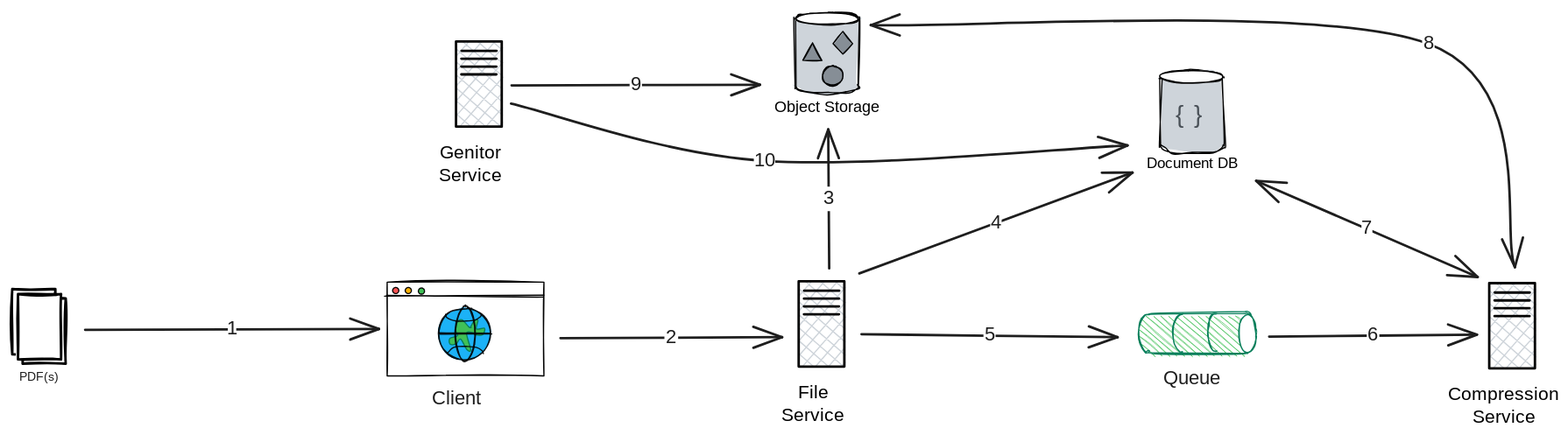
The Excalidraw diagram docs/hld.excalidraw.svg in sandeep-shome/pdf-compressor-microservice, before a commit. Source tidied: one line per element, renumbered; positions are measured from the earlier drawing's top-left corner, leaving out a move shared by most shapes. Its diagram source:
```json
{"id": 0, "type": "rectangle", "strokeColor": "#000000", "strokeWidth": 1, "roughness": 1, "x": 306, "y": 220, "width": 128, "height": 77}
{"id": 1, "type": "line", "strokeColor": "#000000", "strokeWidth": 1, "roughness": 1, "round": true, "x": 305, "y": 231, "width": 129, "height": 0, "points": [[0, 0], [129, 0]]}
{"id": 2, "type": "ellipse", "strokeColor": "#000000", "backgroundColor": "#fa5252", "fillStyle": "solid", "strokeWidth": 1, "roughness": 0, "x": 310, "y": 225, "width": 5, "height": 5}
{"id": 3, "type": "ellipse", "strokeColor": "#000000", "backgroundColor": "#fab005", "fillStyle": "solid", "strokeWidth": 1, "roughness": 0, "x": 321, "y": 225, "width": 5, "height": 5}
{"id": 4, "type": "ellipse", "strokeColor": "#000000", "backgroundColor": "#40c057", "fillStyle": "solid", "strokeWidth": 1, "roughness": 0, "x": 331, "y": 225, "width": 5, "height": 5}
{"id": 5, "type": "ellipse", "strokeColor": "#000000", "backgroundColor": "#04aaf7", "fillStyle": "solid", "strokeWidth": 1, "roughness": 1, "opacity": 90, "x": 347, "y": 241, "width": 43, "height": 43}
{"id": 6, "type": "line", "strokeColor": "#087f5b", "backgroundColor": "#40c057", "fillStyle": "solid", "strokeWidth": 1, "roughness": 0, "round": true, "x": 374, "y": 257, "width": 28, "height": 24, "points": [[0, 0], [-2, 0], [-8, -6], [-11, -4], [-13, 2], [-11, 7], [-17, 9], [-17, 14], [-12, 13], [-9, 9], [-4, 18], [0, 18], [-4, 5], [1, 4], [3, 6], [9, 6], [11, 1], [4, 1], [5, -6], [2, -5], [0, -1], [0, 0]]}
{"id": 7, "type": "line", "strokeColor": "#000000", "backgroundColor": "#99bcff", "fillStyle": "solid", "strokeWidth": 1, "roughness": 1, "opacity": 90, "round": true, "x": 348, "y": 262, "width": 42, "height": 0, "points": [[0, 0], [42, 0]]}
{"id": 8, "type": "line", "strokeColor": "#000000", "backgroundColor": "#99bcff", "fillStyle": "solid", "strokeWidth": 1, "roughness": 0, "opacity": 90, "round": true, "x": 353, "y": 247, "width": 29, "height": 6, "points": [[0, 0], [1, 2], [4, 4], [9, 5], [15, 5], [24, 5], [28, 2], [29, 0]]}
{"id": 9, "type": "ellipse", "strokeColor": "#000000", "strokeWidth": 1, "roughness": 1, "opacity": 90, "x": 361, "y": 240, "width": 16, "height": 45}
{"id": 10, "type": "line", "strokeColor": "#000000", "backgroundColor": "#99bcff", "fillStyle": "solid", "strokeWidth": 1, "roughness": 0, "opacity": 90, "round": true, "x": 355, "y": 279, "width": 29, "height": 6, "points": [[0, 0], [4, -4], [9, -6], [15, -6], [24, -5], [28, -2], [29, 0]]}
{"id": 11, "type": "text", "text": "Client ", "strokeColor": "#1e1e1e", "strokeWidth": 2, "roughness": 1, "fontSize": 16, "fontFamily": 5, "x": 342, "y": 306, "width": 50, "height": 20}
{"id": 12, "type": "rectangle", "strokeColor": "#000000", "backgroundColor": "#fff", "fillStyle": "solid", "strokeWidth": 2, "roughness": 1, "x": 8, "y": 234, "width": 35, "height": 53}
{"id": 13, "type": "rectangle", "strokeColor": "#000000", "backgroundColor": "#fff", "fillStyle": "solid", "strokeWidth": 2, "roughness": 1, "x": 0, "y": 226, "width": 35, "height": 53}
{"id": 14, "type": "line", "strokeColor": "#000000", "backgroundColor": "#fff", "fillStyle": "solid", "strokeWidth": 1, "roughness": 1, "round": true, "x": 6, "y": 250, "width": 23, "height": 2, "points": [[0, 0], [20, 0], [23, -2]]}
{"id": 15, "type": "line", "strokeColor": "#000000", "backgroundColor": "#fff", "fillStyle": "solid", "strokeWidth": 1, "roughness": 1, "round": true, "x": 7, "y": 235, "width": 23, "height": 1, "points": [[0, 0], [8, -1], [23, 0]]}
{"id": 16, "type": "line", "strokeColor": "#000000", "backgroundColor": "#fff", "fillStyle": "solid", "strokeWidth": 1, "roughness": 1, "round": true, "x": 7, "y": 268, "width": 24, "height": 2, "points": [[0, 0], [13, 0], [19, 1], [24, -1]]}
{"id": 17, "type": "line", "strokeColor": "#000000", "backgroundColor": "#fff", "fillStyle": "solid", "strokeWidth": 1, "roughness": 1, "round": true, "x": 5, "y": 274, "width": 27, "height": 1, "points": [[0, 0], [5, -1], [8, 0], [23, 0], [27, -1]]}
{"id": 18, "type": "line", "strokeColor": "#000000", "backgroundColor": "#fff", "fillStyle": "solid", "strokeWidth": 1, "roughness": 1, "round": true, "x": 5, "y": 242, "width": 23, "height": 1, "points": [[0, 0], [9, 0], [23, 1]]}
{"id": 19, "type": "line", "strokeColor": "#000000", "backgroundColor": "#fff", "fillStyle": "solid", "strokeWidth": 1, "roughness": 1, "round": true, "x": 5, "y": 259, "width": 23, "height": 1, "points": [[0, 0], [4, 1], [9, 0], [23, 1]]}
{"id": 20, "type": "rectangle", "strokeColor": "#000000", "backgroundColor": "#fff", "fillStyle": "solid", "strokeWidth": 2, "roughness": 1, "x": 5, "y": 230, "width": 35, "height": 53}
{"id": 21, "type": "text", "text": "PDF(s)", "strokeColor": "#1e1e1e", "strokeWidth": 2, "roughness": 1, "fontSize": 9.95, "fontFamily": 5, "x": 6, "y": 292, "width": 35, "height": 12}
{"id": 22, "type": "arrow", "strokeColor": "#1e1e1e", "strokeWidth": 2, "roughness": 0, "endArrowhead": "arrow", "round": true, "from": 12, "to": 0, "x": 59, "y": 259, "width": 240, "height": 1, "points": [[0, 0], [240, -1]]}
{"id": 23, "type": "text", "text": "1", "strokeColor": "#1e1e1e", "strokeWidth": 2, "roughness": 1, "fontSize": 16, "fontFamily": 5, "textAlign": "center", "verticalAlign": "middle", "inside": 22, "x": 176, "y": 249, "width": 7, "height": 20}
{"id": 24, "type": "arrow", "strokeColor": "#1e1e1e", "strokeWidth": 2, "roughness": 0, "endArrowhead": "arrow", "round": true, "from": 0, "x": 447, "y": 266, "width": 181, "height": 1, "points": [[0, 0], [181, -1]]}
{"id": 25, "type": "text", "text": "2", "strokeColor": "#1e1e1e", "strokeWidth": 2, "roughness": 1, "fontSize": 16, "fontFamily": 5, "textAlign": "center", "verticalAlign": "middle", "inside": 24, "x": 532, "y": 256, "width": 11, "height": 20}
{"id": 26, "type": "line", "strokeColor": "#000000", "backgroundColor": "#ced4da", "fillStyle": "solid", "strokeWidth": 1, "roughness": 1, "round": true, "x": 639, "y": 5, "width": 52, "height": 67, "points": [[0, 0], [0, 50], [0, 56], [3, 59], [12, 61], [27, 61], [42, 60], [50, 58], [51, 56], [52, 51], [51, 4], [51, 0], [48, -3], [41, -4], [25, -5], [12, -5], [2, -2], [0, 0], [0, 0]]}
{"id": 27, "type": "ellipse", "strokeColor": "#000000", "backgroundColor": "#fff", "fillStyle": "solid", "strokeWidth": 1, "roughness": 1, "x": 639, "y": 0, "width": 51, "height": 10}
{"id": 28, "type": "diamond", "strokeColor": "#000000", "backgroundColor": "#868e96", "fillStyle": "solid", "strokeWidth": 1, "roughness": 1, "x": 669, "y": 16, "width": 16, "height": 19}
{"id": 29, "type": "ellipse", "strokeColor": "#000000", "backgroundColor": "#868e96", "fillStyle": "solid", "strokeWidth": 1, "roughness": 1, "x": 661, "y": 44, "width": 17, "height": 16}
{"id": 30, "type": "line", "strokeColor": "#000000", "backgroundColor": "#868e96", "fillStyle": "solid", "strokeWidth": 1, "roughness": 1, "x": 653, "y": 25, "width": 15, "height": 14, "points": [[0, 0], [8, 14], [-8, 14], [0, 0]]}
{"id": 31, "type": "text", "text": "Object Storage", "strokeColor": "#000000", "strokeWidth": 1, "roughness": 1, "fontSize": 12.62, "fontFamily": 1, "textAlign": "center", "x": 617, "y": 70, "width": 95, "height": 17}
{"id": 32, "type": "arrow", "strokeColor": "#1e1e1e", "strokeWidth": 2, "roughness": 0, "endArrowhead": "arrow", "round": true, "from": 58, "to": 31, "x": 666, "y": 209, "width": 1, "height": 113, "points": [[0, 0], [-1, -113]]}
{"id": 33, "type": "text", "text": "3", "strokeColor": "#1e1e1e", "strokeWidth": 2, "roughness": 1, "fontSize": 16, "fontFamily": 5, "textAlign": "center", "verticalAlign": "middle", "inside": 32, "x": 661, "y": 142, "width": 10, "height": 20}
{"id": 34, "type": "arrow", "strokeColor": "#1e1e1e", "strokeWidth": 2, "roughness": 0, "endArrowhead": "arrow", "round": true, "from": 58, "x": 693, "y": 263, "width": 209, "height": 2, "points": [[0, 0], [209, 2]]}
{"id": 35, "type": "text", "text": "5", "strokeColor": "#1e1e1e", "strokeWidth": 2, "roughness": 1, "fontSize": 16, "fontFamily": 5, "textAlign": "center", "verticalAlign": "middle", "inside": 34, "x": 792, "y": 254, "width": 10, "height": 20}
{"id": 36, "type": "line", "strokeColor": "#087f5b", "angle": 1.57, "backgroundColor": "#40c057", "fillStyle": "hachure", "strokeWidth": 1, "roughness": 1, "round": true, "x": 951, "y": 222, "width": 32, "height": 94, "points": [[0, 0], [0, 71], [0, 80], [2, 83], [7, 86], [17, 87], [26, 85], [31, 82], [32, 79], [32, 72], [32, 6], [32, 0], [30, -4], [25, -6], [15, -8], [8, -7], [1, -3], [0, 0], [0, 0]]}
{"id": 37, "type": "line", "strokeColor": "#087f5b", "angle": 1.57, "strokeWidth": 1, "roughness": 1, "round": true, "x": 936, "y": 259, "width": 31, "height": 8, "points": [[0, 0], [1, 3], [4, 6], [9, 7], [16, 7], [25, 6], [30, 3], [31, 0]]}
{"id": 38, "type": "line", "strokeColor": "#087f5b", "angle": 1.57, "strokeWidth": 1, "roughness": 1, "round": true, "x": 963, "y": 259, "width": 31, "height": 6, "points": [[0, 0], [1, 2], [4, 5], [9, 6], [16, 6], [25, 5], [30, 2], [31, 0]]}
{"id": 39, "type": "ellipse", "strokeColor": "#087f5b", "angle": 1.57, "backgroundColor": "#fff", "fillStyle": "solid", "strokeWidth": 1, "roughness": 1, "x": 992, "y": 255, "width": 31, "height": 14}
{"id": 40, "type": "text", "text": "Queue", "strokeColor": "#1e1e1e", "strokeWidth": 2, "roughness": 0, "fontSize": 16, "fontFamily": 5, "textAlign": "center", "x": 939, "y": 290, "width": 47, "height": 20}
{"id": 41, "type": "line", "strokeColor": "#000000", "backgroundColor": "#ced4da", "fillStyle": "solid", "strokeWidth": 1, "roughness": 1, "round": true, "x": 936, "y": 54, "width": 52, "height": 67, "points": [[0, 0], [0, 51], [0, 56], [3, 59], [12, 61], [28, 62], [43, 60], [50, 58], [52, 56], [52, 51], [52, 4], [51, 0], [48, -3], [41, -4], [25, -5], [12, -5], [2, -2], [0, 0], [0, 0]]}
{"id": 42, "type": "ellipse", "strokeColor": "#000000", "backgroundColor": "#fff", "fillStyle": "solid", "strokeWidth": 1, "roughness": 1, "x": 936, "y": 48, "width": 51, "height": 10}
{"id": 43, "type": "text", "text": "{", "strokeColor": "#495057", "strokeWidth": 2, "roughness": 1, "fontSize": 19.65, "fontFamily": 3, "round": true, "x": 949, "y": 71, "width": 11, "height": 24}
{"id": 44, "type": "text", "text": "}", "strokeColor": "#495057", "strokeWidth": 2, "roughness": 1, "fontSize": 19.76, "fontFamily": 3, "round": true, "x": 964, "y": 71, "width": 11, "height": 24}
{"id": 45, "type": "text", "text": "Document DB", "strokeColor": "#000000", "strokeWidth": 1, "roughness": 1, "fontSize": 12.22, "fontFamily": 1, "textAlign": "center", "x": 922, "y": 115, "width": 80, "height": 17}
{"id": 46, "type": "arrow", "strokeColor": "#1e1e1e", "strokeWidth": 2, "roughness": 0, "endArrowhead": "arrow", "round": true, "from": 58, "to": 45, "x": 691, "y": 213, "width": 223, "height": 82, "points": [[0, 0], [223, -82]]}
{"id": 47, "type": "text", "text": "4", "strokeColor": "#1e1e1e", "strokeWidth": 2, "roughness": 1, "fontSize": 16, "fontFamily": 5, "textAlign": "center", "verticalAlign": "middle", "inside": 46, "x": 798, "y": 162, "width": 9, "height": 20}
{"id": 48, "type": "arrow", "strokeColor": "#1e1e1e", "strokeWidth": 2, "roughness": 0, "endArrowhead": "arrow", "round": true, "from": 39, "to": 70, "x": 1025, "y": 265, "width": 169, "height": 2, "points": [[0, 0], [169, -2]]}
{"id": 49, "type": "text", "text": "6", "strokeColor": "#1e1e1e", "strokeWidth": 2, "roughness": 1, "fontSize": 16, "fontFamily": 5, "textAlign": "center", "verticalAlign": "middle", "inside": 48, "x": 1105, "y": 254, "width": 10, "height": 20}
{"id": 50, "type": "arrow", "strokeColor": "#1e1e1e", "strokeWidth": 2, "roughness": 0, "startArrowhead": "arrow", "endArrowhead": "arrow", "round": true, "from": 45, "to": 70, "x": 1015, "y": 138, "width": 181, "height": 78, "points": [[0, 0], [181, 78]]}
{"id": 51, "type": "text", "text": "7", "strokeColor": "#1e1e1e", "strokeWidth": 2, "roughness": 1, "fontSize": 16, "fontFamily": 5, "textAlign": "center", "verticalAlign": "middle", "inside": 50, "x": 1100, "y": 167, "width": 9, "height": 20}
{"id": 52, "type": "arrow", "strokeColor": "#1e1e1e", "strokeWidth": 2, "roughness": 0, "startArrowhead": "arrow", "endArrowhead": "arrow", "round": true, "from": 27, "to": 70, "x": 700, "y": 11, "width": 525, "height": 198, "points": [[0, 0], [455, 15], [525, 198]]}
{"id": 53, "type": "text", "text": "8", "strokeColor": "#1e1e1e", "strokeWidth": 2, "roughness": 1, "fontSize": 16, "fontFamily": 5, "textAlign": "center", "verticalAlign": "middle", "inside": 52, "x": 1150, "y": 16, "width": 10, "height": 20}
{"id": 54, "type": "arrow", "strokeColor": "#1e1e1e", "strokeWidth": 2, "roughness": 0, "endArrowhead": "arrow", "round": true, "from": 64, "to": 31, "x": 407, "y": 60, "width": 203, "height": 1, "points": [[0, 0], [203, -1]]}
{"id": 55, "type": "text", "text": "9", "strokeColor": "#1e1e1e", "strokeWidth": 2, "roughness": 1, "fontSize": 16, "fontFamily": 5, "textAlign": "center", "verticalAlign": "middle", "inside": 54, "x": 504, "y": 50, "width": 10, "height": 20}
{"id": 56, "type": "arrow", "strokeColor": "#1e1e1e", "strokeWidth": 2, "roughness": 0, "endArrowhead": "arrow", "round": true, "from": 64, "to": 45, "x": 407, "y": 75, "width": 503, "height": 47, "points": [[0, 0], [207, 47], [503, 34]]}
{"id": 57, "type": "text", "text": "10", "strokeColor": "#1e1e1e", "strokeWidth": 2, "roughness": 1, "fontSize": 16, "fontFamily": 5, "textAlign": "center", "verticalAlign": "middle", "inside": 56, "x": 605, "y": 111, "width": 17, "height": 20}
{"id": 58, "type": "rectangle", "strokeColor": "#000000", "backgroundColor": "#ced4da", "fillStyle": "cross-hatch", "strokeWidth": 2, "roughness": 0, "x": 641, "y": 220, "width": 37, "height": 70}
{"id": 59, "type": "text", "text": "File\nService", "strokeColor": "#000000", "strokeWidth": 1, "roughness": 1, "fontSize": 15.09, "fontFamily": 1, "textAlign": "center", "x": 628, "y": 302, "width": 51, "height": 38}
{"id": 60, "type": "line", "strokeColor": "#000000", "backgroundColor": "#ced4da", "fillStyle": "cross-hatch", "strokeWidth": 2, "roughness": 0, "round": true, "x": 646, "y": 227, "width": 29, "height": 0, "points": [[0, 0], [29, 0]]}
{"id": 61, "type": "line", "strokeColor": "#000000", "backgroundColor": "#ced4da", "fillStyle": "cross-hatch", "strokeWidth": 2, "roughness": 0, "round": true, "x": 646, "y": 234, "width": 29, "height": 0, "points": [[0, 0], [29, 0]]}
{"id": 62, "type": "line", "strokeColor": "#000000", "backgroundColor": "#ced4da", "fillStyle": "cross-hatch", "strokeWidth": 2, "roughness": 0, "round": true, "x": 646, "y": 240, "width": 29, "height": 0, "points": [[0, 0], [29, 0]]}
{"id": 63, "type": "line", "strokeColor": "#000000", "backgroundColor": "#ced4da", "fillStyle": "cross-hatch", "strokeWidth": 2, "roughness": 0, "round": true, "x": 646, "y": 247, "width": 29, "height": 0, "points": [[0, 0], [29, 0]]}
{"id": 64, "type": "rectangle", "strokeColor": "#000000", "backgroundColor": "#ced4da", "fillStyle": "cross-hatch", "strokeWidth": 2, "roughness": 0, "x": 362, "y": 24, "width": 37, "height": 70}
{"id": 65, "type": "text", "text": "Genitor\nService", "strokeColor": "#000000", "strokeWidth": 1, "roughness": 1, "fontSize": 15.09, "fontFamily": 1, "textAlign": "center", "x": 347, "y": 106, "width": 54, "height": 38}
{"id": 66, "type": "line", "strokeColor": "#000000", "backgroundColor": "#ced4da", "fillStyle": "cross-hatch", "strokeWidth": 2, "roughness": 0, "round": true, "x": 366, "y": 32, "width": 29, "height": 0, "points": [[0, 0], [29, 0]]}
{"id": 67, "type": "line", "strokeColor": "#000000", "backgroundColor": "#ced4da", "fillStyle": "cross-hatch", "strokeWidth": 2, "roughness": 0, "round": true, "x": 366, "y": 38, "width": 29, "height": 0, "points": [[0, 0], [29, 0]]}
{"id": 68, "type": "line", "strokeColor": "#000000", "backgroundColor": "#ced4da", "fillStyle": "cross-hatch", "strokeWidth": 2, "roughness": 0, "round": true, "x": 366, "y": 44, "width": 29, "height": 0, "points": [[0, 0], [29, 0]]}
{"id": 69, "type": "line", "strokeColor": "#000000", "backgroundColor": "#ced4da", "fillStyle": "cross-hatch", "strokeWidth": 2, "roughness": 0, "round": true, "x": 366, "y": 51, "width": 29, "height": 0, "points": [[0, 0], [29, 0]]}
{"id": 70, "type": "rectangle", "strokeColor": "#000000", "backgroundColor": "#ced4da", "fillStyle": "cross-hatch", "strokeWidth": 2, "roughness": 0, "x": 1205, "y": 221, "width": 37, "height": 70}
{"id": 71, "type": "text", "text": "Compression\nService", "strokeColor": "#000000", "strokeWidth": 1, "roughness": 1, "fontSize": 15.09, "fontFamily": 1, "textAlign": "center", "x": 1174, "y": 303, "width": 85, "height": 38}
{"id": 72, "type": "line", "strokeColor": "#000000", "backgroundColor": "#ced4da", "fillStyle": "cross-hatch", "strokeWidth": 2, "roughness": 0, "round": true, "x": 1209, "y": 229, "width": 29, "height": 0, "points": [[0, 0], [29, 0]]}
{"id": 73, "type": "line", "strokeColor": "#000000", "backgroundColor": "#ced4da", "fillStyle": "cross-hatch", "strokeWidth": 2, "roughness": 0, "round": true, "x": 1209, "y": 235, "width": 29, "height": 0, "points": [[0, 0], [29, 0]]}
{"id": 74, "type": "line", "strokeColor": "#000000", "backgroundColor": "#ced4da", "fillStyle": "cross-hatch", "strokeWidth": 2, "roughness": 0, "round": true, "x": 1209, "y": 242, "width": 29, "height": 0, "points": [[0, 0], [29, 0]]}
{"id": 75, "type": "line", "strokeColor": "#000000", "backgroundColor": "#ced4da", "fillStyle": "cross-hatch", "strokeWidth": 2, "roughness": 0, "round": true, "x": 1209, "y": 248, "width": 29, "height": 0, "points": [[0, 0], [29, 0]]}
```
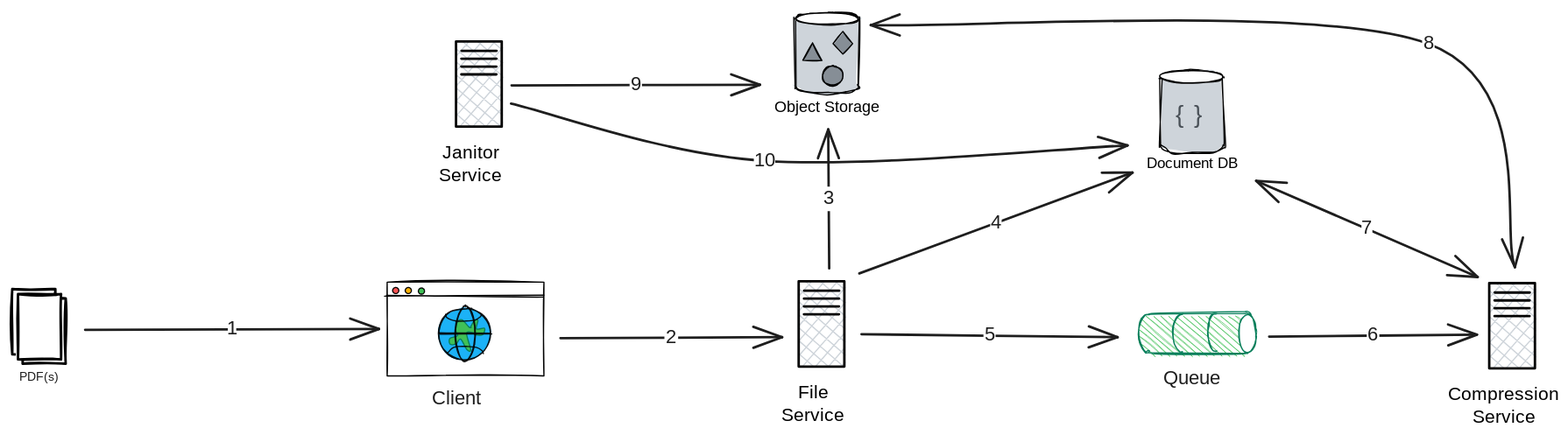
The same file after the commit.

Commit message:
fix: janitor service typo

The edit, as a diff of the source:
```diff
@@ -63,7 +63,7 @@
 {"id": 62, "type": "line", "strokeColor": "#000000", "backgroundColor": "#ced4da", "fillStyle": "cross-hatch", "strokeWidth": 2, "roughness": 0, "round": true, "x": 646, "y": 240, "width": 29, "height": 0, "points": [[0, 0], [29, 0]]}
 {"id": 63, "type": "line", "strokeColor": "#000000", "backgroundColor": "#ced4da", "fillStyle": "cross-hatch", "strokeWidth": 2, "roughness": 0, "round": true, "x": 646, "y": 247, "width": 29, "height": 0, "points": [[0, 0], [29, 0]]}
 {"id": 64, "type": "rectangle", "strokeColor": "#000000", "backgroundColor": "#ced4da", "fillStyle": "cross-hatch", "strokeWidth": 2, "roughness": 0, "x": 362, "y": 24, "width": 37, "height": 70}
-{"id": 65, "type": "text", "text": "Genitor\nService", "strokeColor": "#000000", "strokeWidth": 1, "roughness": 1, "fontSize": 15.09, "fontFamily": 1, "textAlign": "center", "x": 347, "y": 106, "width": 54, "height": 38}
+{"id": 65, "type": "text", "text": "Janitor\nService", "strokeColor": "#000000", "strokeWidth": 1, "roughness": 1, "fontSize": 15.09, "fontFamily": 1, "textAlign": "center", "x": 347, "y": 106, "width": 53, "height": 38}
 {"id": 66, "type": "line", "strokeColor": "#000000", "backgroundColor": "#ced4da", "fillStyle": "cross-hatch", "strokeWidth": 2, "roughness": 0, "round": true, "x": 366, "y": 32, "width": 29, "height": 0, "points": [[0, 0], [29, 0]]}
 {"id": 67, "type": "line", "strokeColor": "#000000", "backgroundColor": "#ced4da", "fillStyle": "cross-hatch", "strokeWidth": 2, "roughness": 0, "round": true, "x": 366, "y": 38, "width": 29, "height": 0, "points": [[0, 0], [29, 0]]}
 {"id": 68, "type": "line", "strokeColor": "#000000", "backgroundColor": "#ced4da", "fillStyle": "cross-hatch", "strokeWidth": 2, "roughness": 0, "round": true, "x": 366, "y": 44, "width": 29, "height": 0, "points": [[0, 0], [29, 0]]}
```
